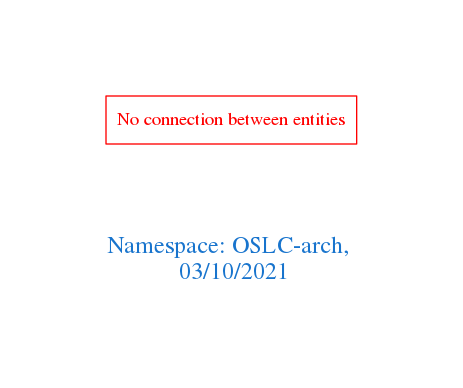
Above: downloads/OSLC-arch.png in arago/OGIT (Graphviz), before the change. Its source is kept beside it as downloads/OSLC-arch.dot.
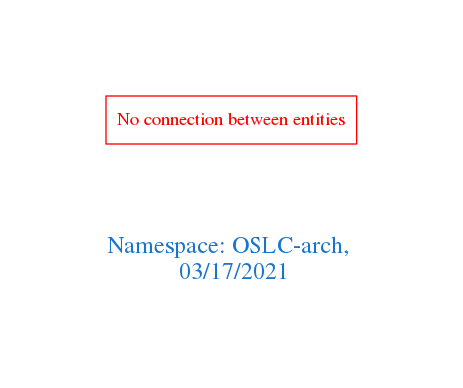
After the change.

The edit, as a diff of the source:
```diff
@@ -1,7 +1,7 @@
 digraph OGIT_ontology {
  graph [ rankdir= LR,pad=1
 fontsize = 18,
-fontcolor= dodgerblue3,label = "\n\n\nNamespace: OSLC-arch, \n 03/10/2021"];
+fontcolor= dodgerblue3,label = "\n\n\nNamespace: OSLC-arch, \n 03/17/2021"];
 node[shape=polygon];
 edge [  color="gray81"];
 
```
